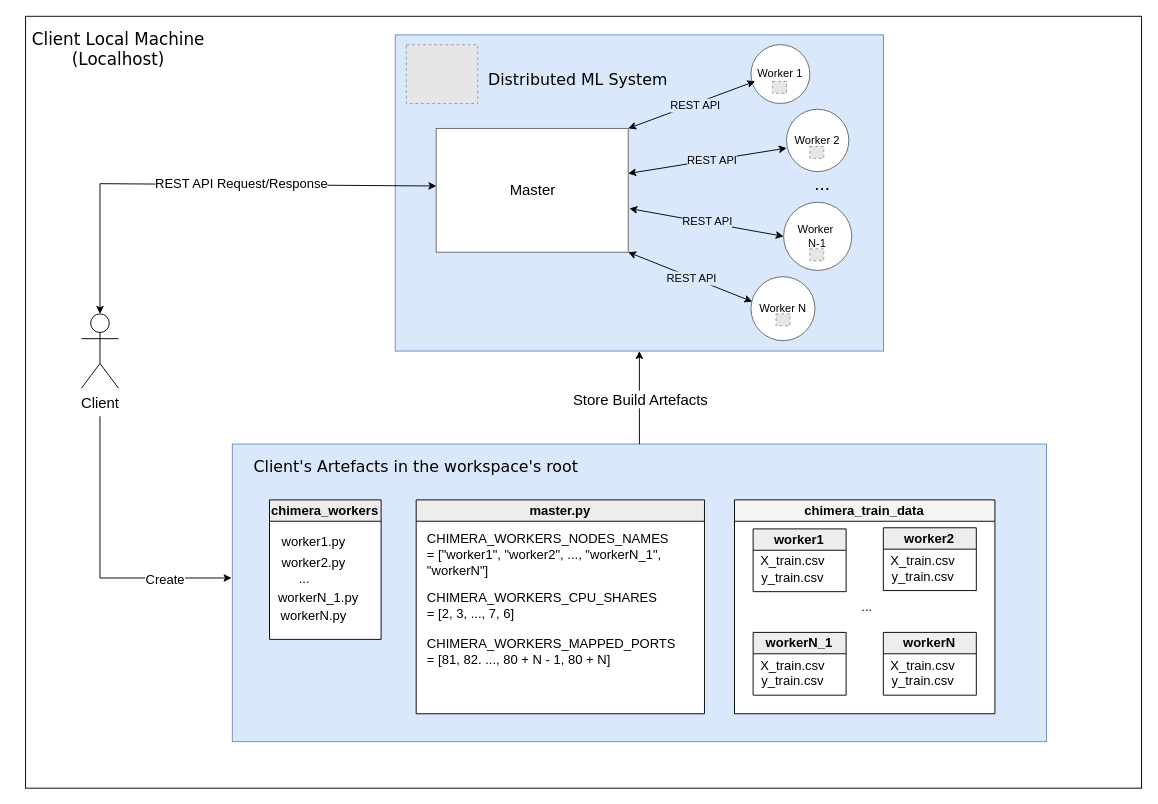
Samirnunes/chimera keeps this draw.io diagram as images/client/client_interactions.drawio. Above is the earlier version. Source tidied: cells renumbered, new cells numbered last; positions are measured from the earlier drawing's top-left corner, leaving out a move shared by most shapes. Both pictures are drawn from the tidied source at 93%, with x=0, y=0 at pixel (16, 16). Pictures stored in the file or linked from it are replaced by grey dashed boxes.
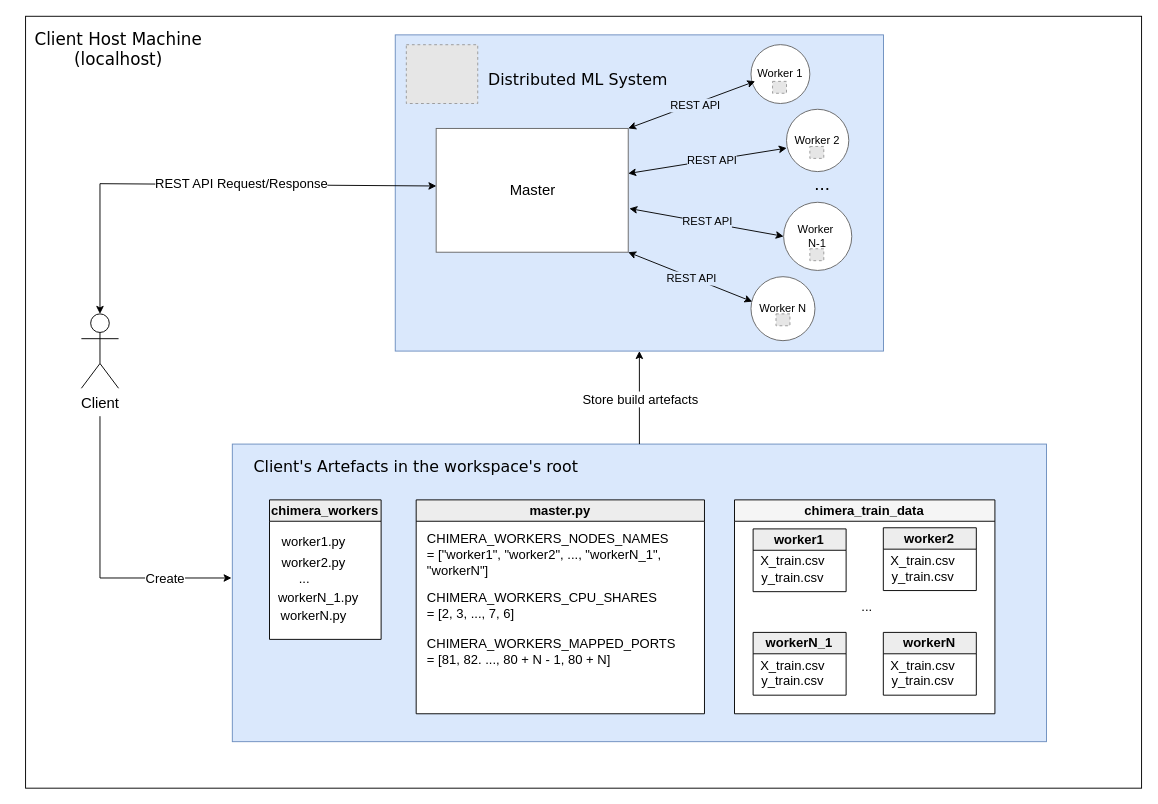
After the change.

Unchanged cells that the change refers to:
```xml
<mxCell id="57" style="endArrow=classic;html=1;exitX=0.5;exitY=0;exitDx=0;exitDy=0;entryX=0.5;entryY=1;entryDx=0;entryDy=0;strokeWidth=1;" parent="1" edge="1" source="3" target="8">
  <mxGeometry relative="1" as="geometry" />
</mxCell>
<mxCell id="61" style="endArrow=classic;html=1;entryX=-0.001;entryY=0.45;entryDx=0;entryDy=0;entryPerimeter=0;rounded=0;curved=0;strokeWidth=1;" parent="1" edge="1" target="3">
  <mxGeometry relative="1" as="geometry">
    <mxPoint x="90" y="430" as="sourcePoint" />
    <Array as="points">
      <mxPoint x="90" y="604" />
    </Array>
  </mxGeometry>
</mxCell>
```

Diff of the diagram source:
```diff
@@
-    <mxCell id="5" value="&lt;font face=&quot;Verdana&quot; style=&quot;font-size: 18px; color: rgb(0, 0, 0);&quot;&gt;Client Local Machine (Localhost)&lt;/font&gt;" style="text;html=1;align=center;verticalAlign=middle;whiteSpace=wrap;rounded=0;" parent="1" vertex="1">
+    <mxCell id="5" value="&lt;font face=&quot;Verdana&quot; style=&quot;font-size: 18px; color: rgb(0, 0, 0);&quot;&gt;Client Host Machine (localhost)&lt;/font&gt;" style="text;html=1;align=center;verticalAlign=middle;whiteSpace=wrap;rounded=0;" parent="1" vertex="1">
       <mxGeometry y="20" width="220" height="30" as="geometry" />
     </mxCell>
@@
-    <mxCell id="58" value="&lt;font style=&quot;color: light-dark(rgb(0, 0, 0), rgb(237, 237, 237)); font-size: 16px;&quot;&gt;Store Build Artefacts&lt;/font&gt;" style="edgeLabel;html=1;align=center;verticalAlign=middle;fontSize=14;labelBackgroundColor=light-dark(#ffffff, #212121);" parent="57" vertex="1">
+    <mxCell id="58" value="&lt;font style=&quot;color: light-dark(rgb(0, 0, 0), rgb(237, 237, 237));&quot;&gt;Store build artefacts&lt;/font&gt;" style="edgeLabel;html=1;align=center;verticalAlign=middle;fontSize=14;labelBackgroundColor=light-dark(#ffffff, #212121);" parent="57" vertex="1">
       <mxGeometry x="0.19" y="-1" relative="1" as="geometry">
         <mxPoint x="-1" y="12" as="offset" />
       </mxGeometry>
     </mxCell>
@@
     <mxCell id="62" value="&lt;font style=&quot;font-size: 14px;&quot;&gt;Create&lt;/font&gt;" style="edgeLabel;html=1;align=center;verticalAlign=middle;" parent="61" vertex="1">
-      <mxGeometry x="0.54" y="-1" relative="1" as="geometry" />
+      <mxGeometry x="0.54" y="-1" relative="1" as="geometry">
+        <mxPoint y="-1" as="offset" />
+      </mxGeometry>
     </mxCell>
```
